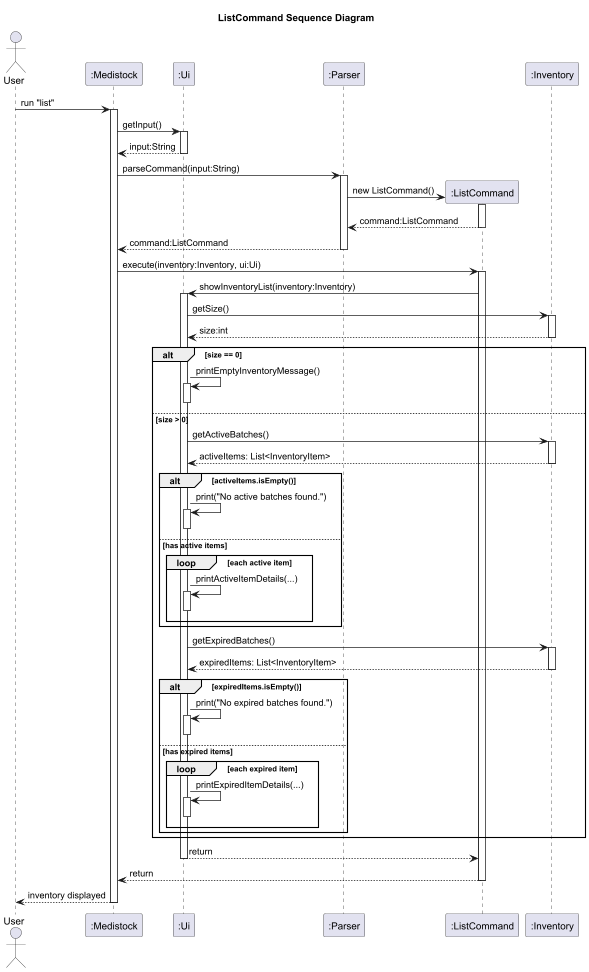
Before: docs/diagrams/ListCommand_SequenceDiagram.png, a diagram exported from PlantUML (manudagur87/tp). Source of this version:
```plantuml
@startuml
title ListCommand Sequence Diagram

actor User
participant ":Medistock" as App
participant ":Ui" as Ui
participant ":Parser" as Parser
participant ":ListCommand" as ListCommand
participant ":Inventory" as Inventory

User -> App : run "list"
activate App

App -> Ui : getInput()
activate Ui
Ui --> App : input:String
deactivate Ui

App -> Parser : parseCommand(input:String)
activate Parser

create ListCommand
Parser -> ListCommand : new ListCommand()
activate ListCommand
ListCommand --> Parser : command:ListCommand
deactivate ListCommand

Parser --> App : command:ListCommand
deactivate Parser

App -> ListCommand : execute(inventory:Inventory, ui:Ui)
activate ListCommand

ListCommand -> Ui : showInventoryList(inventory:Inventory)
activate Ui

Ui -> Inventory : getSize()
activate Inventory
Inventory --> Ui : size:int
deactivate Inventory

alt size == 0
  Ui -> Ui : printEmptyInventoryMessage()
  activate Ui
  deactivate Ui
else size > 0
  Ui -> Inventory : getActiveBatches()
  activate Inventory
  Inventory --> Ui : activeItems: List<InventoryItem>
  deactivate Inventory

  alt activeItems.isEmpty()
    Ui -> Ui : print("No active batches found.")
    activate Ui
    deactivate Ui
  else has active items
    loop each active item
      Ui -> Ui : printActiveItemDetails(...)
      activate Ui
      deactivate Ui
    end
  end

  Ui -> Inventory : getExpiredBatches()
  activate Inventory
  Inventory --> Ui : expiredItems: List<InventoryItem>
  deactivate Inventory

  alt expiredItems.isEmpty()
    Ui -> Ui : print("No expired batches found.")
    activate Ui
    deactivate Ui
  else has expired items
    loop each expired item
      Ui -> Ui : printExpiredItemDetails(...)
      activate Ui
      deactivate Ui
    end
  end
end

Ui --> ListCommand : return
deactivate Ui

ListCommand --> App : return
deactivate ListCommand

App --> User : inventory displayed
deactivate App
@enduml
```
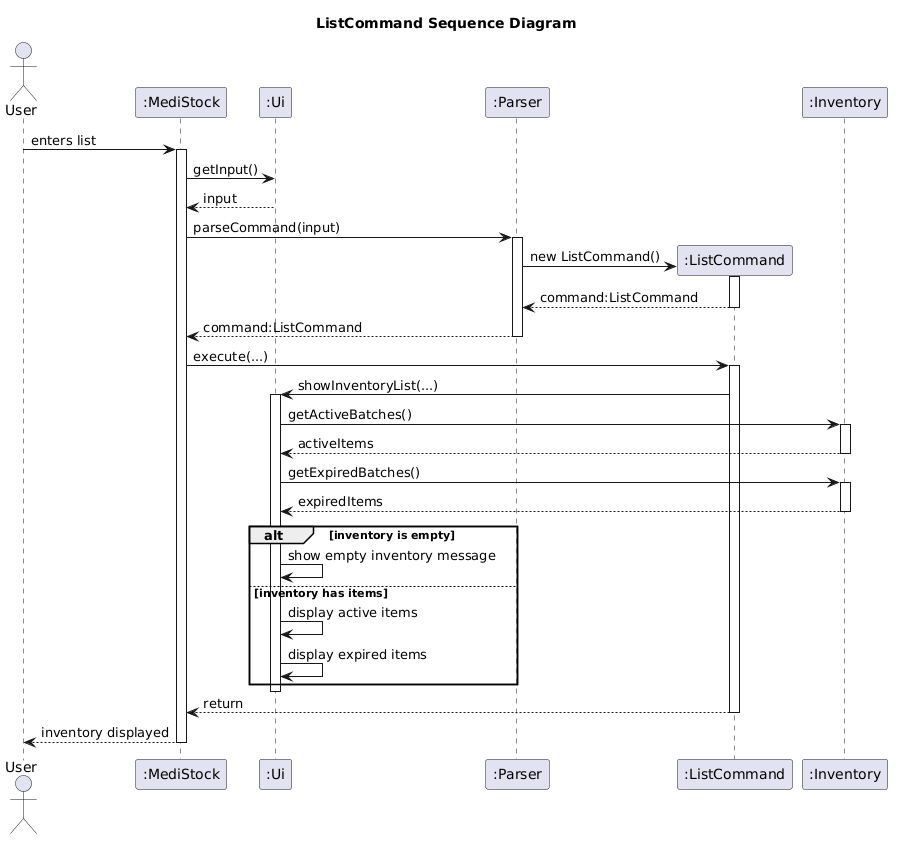
The same diagram one commit later.

Commit message:
Simplify ListCommand Sequence Diagram

Change to the diagram source:
```diff
@@ -2,21 +2,19 @@
 title ListCommand Sequence Diagram
 
 actor User
-participant ":Medistock" as App
+participant ":MediStock" as App
 participant ":Ui" as Ui
 participant ":Parser" as Parser
 participant ":ListCommand" as ListCommand
 participant ":Inventory" as Inventory
 
-User -> App : run "list"
+User -> App : enters list
 activate App
 
 App -> Ui : getInput()
-activate Ui
-Ui --> App : input:String
-deactivate Ui
+Ui --> App : input
 
-App -> Parser : parseCommand(input:String)
+App -> Parser : parseCommand(input)
 activate Parser
 
 create ListCommand
@@ -28,60 +26,30 @@
 Parser --> App : command:ListCommand
 deactivate Parser
 
-App -> ListCommand : execute(inventory:Inventory, ui:Ui)
+App -> ListCommand : execute(...)
 activate ListCommand
 
-ListCommand -> Ui : showInventoryList(inventory:Inventory)
+ListCommand -> Ui : showInventoryList(...)
 activate Ui
 
-Ui -> Inventory : getSize()
+Ui -> Inventory : getActiveBatches()
 activate Inventory
-Inventory --> Ui : size:int
+Inventory --> Ui : activeItems
 deactivate Inventory
 
-alt size == 0
-  Ui -> Ui : printEmptyInventoryMessage()
-  activate Ui
-  deactivate Ui
-else size > 0
-  Ui -> Inventory : getActiveBatches()
-  activate Inventory
-  Inventory --> Ui : activeItems: List<InventoryItem>
-  deactivate Inventory
+Ui -> Inventory : getExpiredBatches()
+activate Inventory
+Inventory --> Ui : expiredItems
+deactivate Inventory
 
-  alt activeItems.isEmpty()
-    Ui -> Ui : print("No active batches found.")
-    activate Ui
-    deactivate Ui
-  else has active items
-    loop each active item
-      Ui -> Ui : printActiveItemDetails(...)
-      activate Ui
-      deactivate Ui
-    end
-  end
-
-  Ui -> Inventory : getExpiredBatches()
-  activate Inventory
-  Inventory --> Ui : expiredItems: List<InventoryItem>
-  deactivate Inventory
-
-  alt expiredItems.isEmpty()
-    Ui -> Ui : print("No expired batches found.")
-    activate Ui
-    deactivate Ui
-  else has expired items
-    loop each expired item
-      Ui -> Ui : printExpiredItemDetails(...)
-      activate Ui
-      deactivate Ui
-    end
-  end
+alt inventory is empty
+    Ui -> Ui : show empty inventory message
+else inventory has items
+    Ui -> Ui : display active items
+    Ui -> Ui : display expired items
 end
 
-Ui --> ListCommand : return
 deactivate Ui
-
 ListCommand --> App : return
 deactivate ListCommand
 
```
